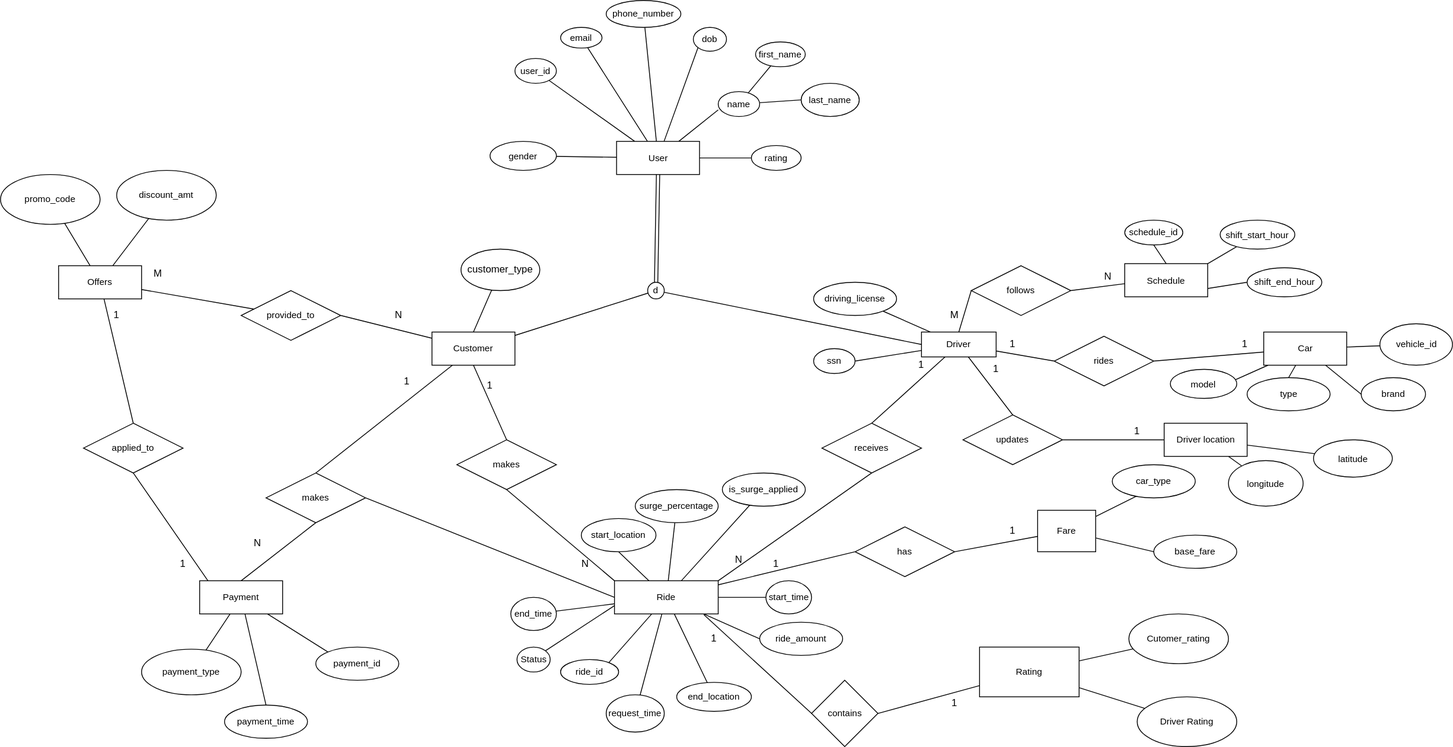
This is Uber backend.svg from NandhiniPeriyasamy13/Uber-backend-database-design, a draw.io export, as it was before one commit. Source tidied: cells renumbered, new cells last; positions are measured from the earlier drawing's top-left corner, leaving out a move shared by most shapes.
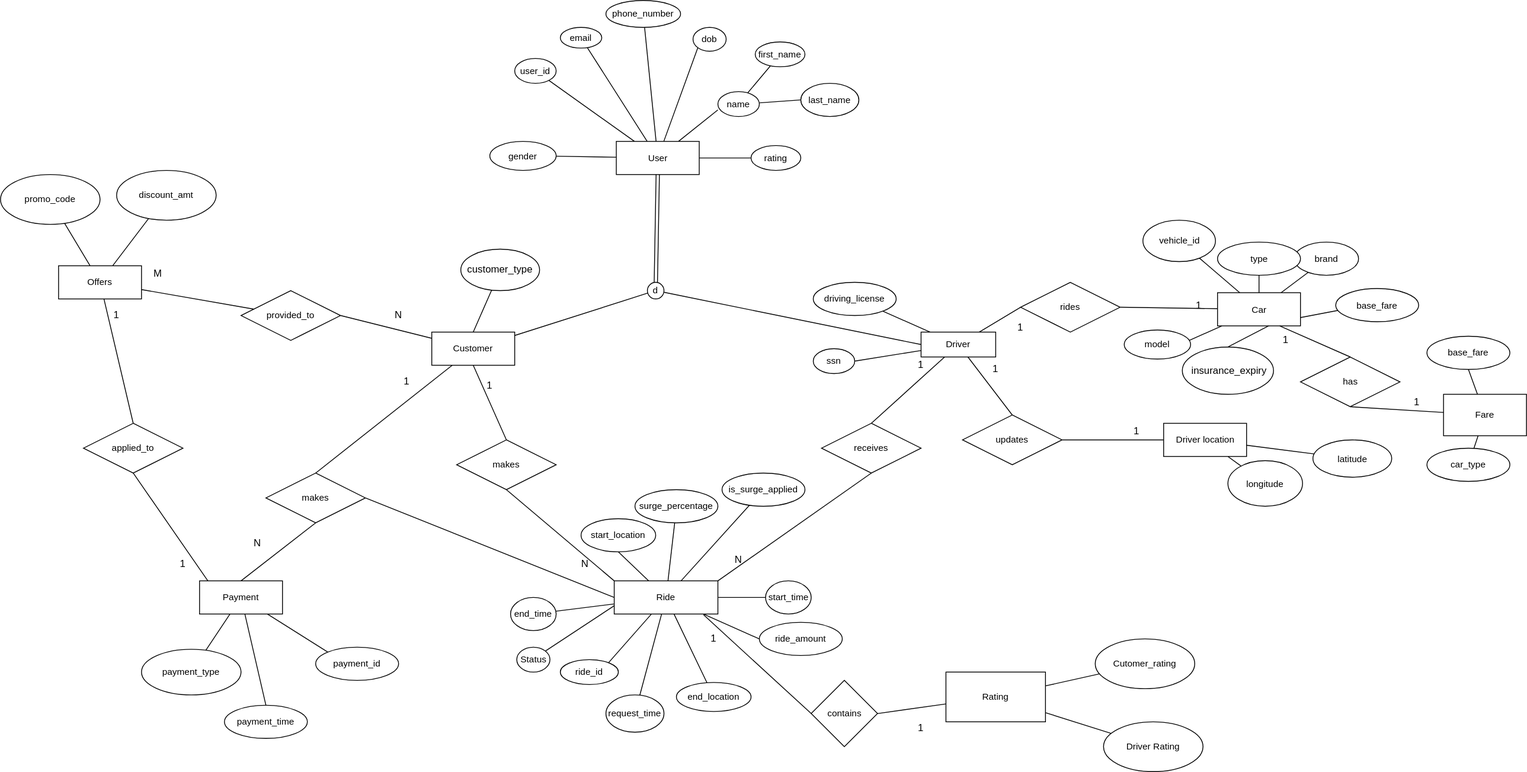
Later version of the same file.

Diff of the diagram source:
```diff
@@ -50,9 +50,6 @@
     <mxCell id="17" style="rounded=0;jettySize=auto;html=1;endFill=0;endArrow=none;startFill=0;" parent="1" edge="1" source="19" target="90">
       <mxGeometry relative="1" as="geometry" />
     </mxCell>
-    <mxCell id="18" style="edgeStyle=none;rounded=0;jettySize=auto;html=1;exitX=0.5;exitY=0;exitDx=0;exitDy=0;entryX=0;entryY=0.5;entryDx=0;entryDy=0;endArrow=none;endFill=0;" parent="1" edge="1" source="19" target="138">
-      <mxGeometry relative="1" as="geometry" />
-    </mxCell>
     <mxCell id="19" value="Driver" style="whiteSpace=wrap;html=1;align=center;rounded=0;fontSize=11;labelBackgroundColor=#ffffff;endFill=0;startFill=0;" parent="1" vertex="1">
       <mxGeometry x="1110" y="400" width="90" height="30" as="geometry" />
     </mxCell>
@@ -90,9 +87,6 @@
     <mxCell id="29" style="rounded=0;jettySize=auto;html=1;endFill=0;endArrow=none;startFill=0;" parent="1" edge="1" source="32" target="101">
       <mxGeometry relative="1" as="geometry" />
     </mxCell>
-    <mxCell id="30" style="rounded=0;jettySize=auto;html=1;entryX=0;entryY=0.5;entryDx=0;entryDy=0;endFill=0;endArrow=none;startFill=0;" parent="1" edge="1" source="32" target="104">
-      <mxGeometry relative="1" as="geometry" />
-    </mxCell>
     <mxCell id="31" style="rounded=0;jettySize=auto;html=1;entryX=0;entryY=0.5;entryDx=0;entryDy=0;endFill=0;endArrow=none;startFill=0;" parent="1" edge="1" source="32" target="110">
       <mxGeometry relative="1" as="geometry" />
     </mxCell>
@@ -160,7 +154,7 @@
       <mxGeometry relative="1" as="geometry" />
     </mxCell>
     <mxCell id="53" value="rides" style="shape=rhombus;perimeter=rhombusPerimeter;whiteSpace=wrap;html=1;align=center;rounded=0;fontSize=11;labelBackgroundColor=#ffffff;endFill=0;startFill=0;" parent="1" vertex="1">
-      <mxGeometry x="1270" y="405" width="120" height="60" as="geometry" />
+      <mxGeometry x="1230" y="340" width="120" height="60" as="geometry" />
     </mxCell>
     <mxCell id="54" style="rounded=0;jettySize=auto;html=1;endFill=0;endArrow=none;startFill=0;" parent="1" edge="1" source="58" target="94">
       <mxGeometry relative="1" as="geometry" />
@@ -168,14 +162,20 @@
     <mxCell id="55" style="rounded=0;jettySize=auto;html=1;entryX=0.364;entryY=0.986;entryDx=0;entryDy=0;entryPerimeter=0;endFill=0;endArrow=none;startFill=0;" parent="1" edge="1" source="58" target="91">
       <mxGeometry relative="1" as="geometry" />
     </mxCell>
-    <mxCell id="56" style="rounded=0;jettySize=auto;html=1;entryX=0;entryY=0.5;entryDx=0;entryDy=0;endFill=0;endArrow=none;startFill=0;" parent="1" edge="1" source="58" target="92">
+    <mxCell id="56" style="rounded=0;jettySize=auto;html=1;endFill=0;endArrow=none;startFill=0;" parent="1" edge="1" source="58" target="92">
       <mxGeometry relative="1" as="geometry" />
     </mxCell>
     <mxCell id="57" style="rounded=0;jettySize=auto;html=1;entryX=0.5;entryY=0;entryDx=0;entryDy=0;endFill=0;endArrow=none;startFill=0;" parent="1" edge="1" source="58" target="93">
       <mxGeometry relative="1" as="geometry" />
     </mxCell>
+    <mxCell id="148" style="rounded=0;jettySize=auto;html=1;exitX=1;exitY=0.5;exitDx=0;exitDy=0;entryX=0;entryY=0.5;entryDx=0;entryDy=0;endArrow=none;endFill=0;" parent="1" edge="1" source="58" target="150">
+      <mxGeometry relative="1" as="geometry" />
+    </mxCell>
+    <mxCell id="149" style="edgeStyle=none;rounded=0;jettySize=auto;html=1;exitX=1;exitY=0.75;exitDx=0;exitDy=0;endArrow=none;endFill=0;entryX=0.1;entryY=0.625;entryDx=0;entryDy=0;entryPerimeter=0;" parent="1" edge="1" source="58" target="151">
+      <mxGeometry relative="1" as="geometry" />
+    </mxCell>
     <mxCell id="58" value="Car" style="whiteSpace=wrap;html=1;align=center;rounded=0;fontSize=11;labelBackgroundColor=#ffffff;endFill=0;startFill=0;" parent="1" vertex="1">
-      <mxGeometry x="1522.5" y="400" width="100" height="40" as="geometry" />
+      <mxGeometry x="1467.5" y="352.5" width="100" height="40" as="geometry" />
     </mxCell>
     <mxCell id="59" style="rounded=0;jettySize=auto;html=1;entryX=0;entryY=0.5;entryDx=0;entryDy=0;endFill=0;endArrow=none;startFill=0;exitX=1;exitY=0.5;exitDx=0;exitDy=0;" parent="1" edge="1" source="60" target="63">
       <mxGeometry relative="1" as="geometry" />
@@ -229,13 +229,13 @@
       <mxGeometry relative="1" as="geometry" />
     </mxCell>
     <mxCell id="76" value="Rating" style="whiteSpace=wrap;html=1;rounded=0;fontSize=11;labelBackgroundColor=#ffffff;endFill=0;startFill=0;" parent="1" vertex="1">
-      <mxGeometry x="1180" y="780" width="120" height="60" as="geometry" />
+      <mxGeometry x="1140" y="810" width="120" height="60" as="geometry" />
     </mxCell>
     <mxCell id="77" value="Cutomer_rating" style="ellipse;whiteSpace=wrap;html=1;rounded=0;fontSize=11;labelBackgroundColor=#ffffff;endFill=0;startFill=0;" parent="1" vertex="1">
-      <mxGeometry x="1360" y="740" width="120" height="60" as="geometry" />
+      <mxGeometry x="1320" y="770" width="120" height="60" as="geometry" />
     </mxCell>
     <mxCell id="78" value="Driver Rating" style="ellipse;whiteSpace=wrap;html=1;rounded=0;fontSize=11;labelBackgroundColor=#ffffff;endFill=0;startFill=0;" parent="1" vertex="1">
-      <mxGeometry x="1370" y="840" width="120" height="60" as="geometry" />
+      <mxGeometry x="1330" y="870" width="120" height="60" as="geometry" />
     </mxCell>
     <mxCell id="79" value="Status" style="ellipse;whiteSpace=wrap;html=1;align=center;rounded=0;fontSize=11;labelBackgroundColor=#ffffff;endFill=0;startFill=0;" parent="1" vertex="1">
       <mxGeometry x="622.5" y="780" width="40" height="30" as="geometry" />
@@ -276,16 +276,16 @@
       <mxGeometry x="980" y="340" width="100" height="40" as="geometry" />
     </mxCell>
     <mxCell id="91" value="model" style="ellipse;whiteSpace=wrap;html=1;rounded=0;fontSize=11;labelBackgroundColor=#ffffff;endFill=0;startFill=0;" parent="1" vertex="1">
-      <mxGeometry x="1410" y="445" width="80" height="35" as="geometry" />
+      <mxGeometry x="1355" y="397.5" width="80" height="35" as="geometry" />
     </mxCell>
     <mxCell id="92" value="brand" style="ellipse;whiteSpace=wrap;html=1;rounded=0;fontSize=11;labelBackgroundColor=#ffffff;endFill=0;startFill=0;" parent="1" vertex="1">
-      <mxGeometry x="1640" y="455" width="77.5" height="40" as="geometry" />
+      <mxGeometry x="1560" y="291.5" width="77.5" height="40" as="geometry" />
     </mxCell>
     <mxCell id="93" value="type" style="ellipse;whiteSpace=wrap;html=1;rounded=0;fontSize=11;labelBackgroundColor=#ffffff;endFill=0;startFill=0;" parent="1" vertex="1">
-      <mxGeometry x="1502.5" y="455" width="100" height="40" as="geometry" />
+      <mxGeometry x="1467.5" y="291.5" width="100" height="40" as="geometry" />
     </mxCell>
     <mxCell id="94" value="vehicle_id" style="ellipse;whiteSpace=wrap;html=1;align=center;rounded=0;fontSize=11;labelBackgroundColor=#ffffff;endFill=0;startFill=0;" parent="1" vertex="1">
-      <mxGeometry x="1662.5" y="390" width="87.5" height="50" as="geometry" />
+      <mxGeometry x="1377.5" y="265" width="87.5" height="50" as="geometry" />
     </mxCell>
     <mxCell id="95" value="start_location" style="ellipse;whiteSpace=wrap;html=1;align=center;rounded=0;fontSize=11;labelBackgroundColor=#ffffff;endFill=0;startFill=0;" parent="1" vertex="1">
       <mxGeometry x="700" y="625" width="90" height="40" as="geometry" />
@@ -311,26 +311,26 @@
     <mxCell id="102" value="surge_percentage" style="ellipse;whiteSpace=wrap;html=1;align=center;rounded=0;fontSize=11;labelBackgroundColor=#ffffff;endFill=0;startFill=0;" parent="1" vertex="1">
       <mxGeometry x="765" y="590" width="100" height="40" as="geometry" />
     </mxCell>
-    <mxCell id="103" style="rounded=0;jettySize=auto;html=1;endFill=0;endArrow=none;startFill=0;exitX=1;exitY=0.5;exitDx=0;exitDy=0;" parent="1" edge="1" source="104" target="107">
+    <mxCell id="103" style="rounded=0;jettySize=auto;html=1;endFill=0;endArrow=none;startFill=0;exitX=0.5;exitY=1;exitDx=0;exitDy=0;" parent="1" edge="1" source="104" target="107">
       <mxGeometry relative="1" as="geometry" />
     </mxCell>
     <mxCell id="104" value="has" style="shape=rhombus;perimeter=rhombusPerimeter;whiteSpace=wrap;html=1;align=center;rounded=0;fontSize=11;labelBackgroundColor=#ffffff;endFill=0;startFill=0;" parent="1" vertex="1">
-      <mxGeometry x="1030" y="635" width="120" height="60" as="geometry" />
+      <mxGeometry x="1567.5" y="430" width="120" height="60" as="geometry" />
     </mxCell>
-    <mxCell id="105" style="rounded=0;jettySize=auto;html=1;entryX=0;entryY=0.5;entryDx=0;entryDy=0;endFill=0;endArrow=none;startFill=0;" parent="1" edge="1" source="107" target="109">
+    <mxCell id="105" style="rounded=0;jettySize=auto;html=1;entryX=0.5;entryY=1;entryDx=0;entryDy=0;endFill=0;endArrow=none;startFill=0;" parent="1" edge="1" source="107" target="109">
       <mxGeometry relative="1" as="geometry" />
     </mxCell>
-    <mxCell id="106" style="rounded=0;jettySize=auto;html=1;entryX=0.305;entryY=0.931;entryDx=0;entryDy=0;endFill=0;endArrow=none;startFill=0;entryPerimeter=0;" parent="1" edge="1" source="107" target="108">
+    <mxCell id="106" style="rounded=0;jettySize=auto;html=1;endFill=0;endArrow=none;startFill=0;" parent="1" edge="1" source="107" target="108">
       <mxGeometry relative="1" as="geometry" />
     </mxCell>
     <mxCell id="107" value="Fare" style="whiteSpace=wrap;html=1;rounded=0;fontSize=11;labelBackgroundColor=#ffffff;endFill=0;startFill=0;" parent="1" vertex="1">
-      <mxGeometry x="1250" y="615" width="70" height="50" as="geometry" />
+      <mxGeometry x="1740" y="475" width="100" height="50" as="geometry" />
     </mxCell>
     <mxCell id="108" value="car_type" style="ellipse;whiteSpace=wrap;html=1;align=center;rounded=0;fontSize=11;labelBackgroundColor=#ffffff;endFill=0;startFill=0;" parent="1" vertex="1">
-      <mxGeometry x="1340" y="560" width="100" height="40" as="geometry" />
+      <mxGeometry x="1720" y="540" width="100" height="40" as="geometry" />
     </mxCell>
     <mxCell id="109" value="base_fare" style="ellipse;whiteSpace=wrap;html=1;align=center;rounded=0;fontSize=11;labelBackgroundColor=#ffffff;endFill=0;startFill=0;" parent="1" vertex="1">
-      <mxGeometry x="1390" y="645" width="100" height="40" as="geometry" />
+      <mxGeometry x="1720" y="405" width="100" height="40" as="geometry" />
     </mxCell>
     <mxCell id="110" value="ride_amount" style="ellipse;whiteSpace=wrap;html=1;align=center;rounded=0;fontSize=11;labelBackgroundColor=#ffffff;endFill=0;startFill=0;" parent="1" vertex="1">
       <mxGeometry x="915" y="750" width="100" height="40" as="geometry" />
@@ -361,17 +361,14 @@
     <mxCell id="118" value="1" style="text;html=1;strokeColor=none;fillColor=none;align=center;verticalAlign=middle;whiteSpace=wrap;rounded=0;" parent="1" vertex="1">
       <mxGeometry x="1090" y="430" width="40" height="20" as="geometry" />
     </mxCell>
-    <mxCell id="119" value="1" style="text;html=1;strokeColor=none;fillColor=none;align=center;verticalAlign=middle;whiteSpace=wrap;rounded=0;" parent="1" vertex="1">
-      <mxGeometry x="915" y="670" width="40" height="20" as="geometry" />
-    </mxCell>
     <mxCell id="120" value="1" style="text;html=1;strokeColor=none;fillColor=none;align=center;verticalAlign=middle;whiteSpace=wrap;rounded=0;" parent="1" vertex="1">
-      <mxGeometry x="1200" y="630" width="40" height="20" as="geometry" />
+      <mxGeometry x="1687.5" y="475" width="40" height="20" as="geometry" />
     </mxCell>
     <mxCell id="121" value="1" style="text;html=1;strokeColor=none;fillColor=none;align=center;verticalAlign=middle;whiteSpace=wrap;rounded=0;" parent="1" vertex="1">
       <mxGeometry x="840" y="760" width="40" height="20" as="geometry" />
     </mxCell>
     <mxCell id="122" value="1" style="text;html=1;strokeColor=none;fillColor=none;align=center;verticalAlign=middle;whiteSpace=wrap;rounded=0;" parent="1" vertex="1">
-      <mxGeometry x="1130" y="837.5" width="40" height="20" as="geometry" />
+      <mxGeometry x="1090" y="867.5" width="40" height="20" as="geometry" />
     </mxCell>
     <mxCell id="123" value="1" style="text;html=1;strokeColor=none;fillColor=none;align=center;verticalAlign=middle;whiteSpace=wrap;rounded=0;" parent="1" vertex="1">
       <mxGeometry x="1180" y="435" width="40" height="20" as="geometry" />
@@ -380,10 +377,10 @@
       <mxGeometry x="1350" y="510" width="40" height="20" as="geometry" />
     </mxCell>
     <mxCell id="125" value="1" style="text;html=1;strokeColor=none;fillColor=none;align=center;verticalAlign=middle;whiteSpace=wrap;rounded=0;" parent="1" vertex="1">
-      <mxGeometry x="1200" y="405" width="40" height="20" as="geometry" />
+      <mxGeometry x="1210" y="385" width="40" height="20" as="geometry" />
     </mxCell>
     <mxCell id="126" value="1" style="text;html=1;strokeColor=none;fillColor=none;align=center;verticalAlign=middle;whiteSpace=wrap;rounded=0;" parent="1" vertex="1">
-      <mxGeometry x="1480" y="405" width="40" height="20" as="geometry" />
+      <mxGeometry x="1425" y="357.5" width="40" height="20" as="geometry" />
     </mxCell>
     <mxCell id="127" value="M" style="text;html=1;strokeColor=none;fillColor=none;align=center;verticalAlign=middle;whiteSpace=wrap;rounded=0;" parent="1" vertex="1">
       <mxGeometry x="170" y="320" width="40" height="20" as="geometry" />
@@ -415,38 +412,17 @@
     <mxCell id="136" value="N" style="text;html=1;strokeColor=none;fillColor=none;align=center;verticalAlign=middle;whiteSpace=wrap;rounded=0;" parent="1" vertex="1">
       <mxGeometry x="460" y="370" width="40" height="20" as="geometry" />
     </mxCell>
-    <mxCell id="137" style="edgeStyle=none;rounded=0;jettySize=auto;html=1;exitX=1;exitY=0.5;exitDx=0;exitDy=0;endArrow=none;endFill=0;entryX=0.015;entryY=0.599;entryDx=0;entryDy=0;entryPerimeter=0;" parent="1" edge="1" source="138" target="142">
-      <mxGeometry relative="1" as="geometry" />
-    </mxCell>
-    <mxCell id="138" value="follows" style="shape=rhombus;perimeter=rhombusPerimeter;whiteSpace=wrap;html=1;align=center;rounded=0;fontSize=11;labelBackgroundColor=#ffffff;endFill=0;startFill=0;" parent="1" vertex="1">
-      <mxGeometry x="1170" y="320" width="120" height="60" as="geometry" />
-    </mxCell>
-    <mxCell id="139" style="edgeStyle=none;rounded=0;jettySize=auto;html=1;exitX=0.5;exitY=0;exitDx=0;exitDy=0;entryX=0.5;entryY=1;entryDx=0;entryDy=0;endArrow=none;endFill=0;" parent="1" edge="1" source="142" target="143">
-      <mxGeometry relative="1" as="geometry" />
-    </mxCell>
-    <mxCell id="140" style="edgeStyle=none;rounded=0;jettySize=auto;html=1;exitX=1;exitY=0;exitDx=0;exitDy=0;endArrow=none;endFill=0;" parent="1" edge="1" source="142" target="144">
-      <mxGeometry relative="1" as="geometry" />
-    </mxCell>
-    <mxCell id="141" style="edgeStyle=none;rounded=0;jettySize=auto;html=1;exitX=1;exitY=0.75;exitDx=0;exitDy=0;entryX=0;entryY=0.5;entryDx=0;entryDy=0;endArrow=none;endFill=0;" parent="1" edge="1" source="142" target="145">
-      <mxGeometry relative="1" as="geometry" />
-    </mxCell>
-    <mxCell id="142" value="Schedule" style="whiteSpace=wrap;html=1;align=center;rounded=0;fontSize=11;labelBackgroundColor=#ffffff;endFill=0;startFill=0;" parent="1" vertex="1">
-      <mxGeometry x="1355" y="317.5" width="100" height="40" as="geometry" />
-    </mxCell>
-    <mxCell id="143" value="schedule_id" style="ellipse;whiteSpace=wrap;html=1;align=center;rounded=0;fontSize=11;labelBackgroundColor=#ffffff;endFill=0;startFill=0;" parent="1" vertex="1">
-      <mxGeometry x="1355" y="265" width="70" height="30" as="geometry" />
-    </mxCell>
-    <mxCell id="144" value="shift_start_hour" style="ellipse;whiteSpace=wrap;html=1;align=center;rounded=0;fontSize=11;labelBackgroundColor=#ffffff;endFill=0;startFill=0;" parent="1" vertex="1">
-      <mxGeometry x="1470" y="265" width="90" height="35" as="geometry" />
-    </mxCell>
-    <mxCell id="145" value="shift_end_hour" style="ellipse;whiteSpace=wrap;html=1;align=center;rounded=0;fontSize=11;labelBackgroundColor=#ffffff;endFill=0;startFill=0;" parent="1" vertex="1">
-      <mxGeometry x="1502.5" y="322.5" width="90" height="35" as="geometry" />
-    </mxCell>
-    <mxCell id="146" value="M" style="text;html=1;strokeColor=none;fillColor=none;align=center;verticalAlign=middle;whiteSpace=wrap;rounded=0;" parent="1" vertex="1">
-      <mxGeometry x="1130" y="370" width="40" height="20" as="geometry" />
-    </mxCell>
-    <mxCell id="147" value="N" style="text;html=1;strokeColor=none;fillColor=none;align=center;verticalAlign=middle;whiteSpace=wrap;rounded=0;" parent="1" vertex="1">
-      <mxGeometry x="1315" y="322.5" width="40" height="20" as="geometry" />
-    </mxCell>
+    <mxCell id="150" value="&lt;span style=&quot;font-size: 12px&quot;&gt;&amp;nbsp;insurance_expiry&lt;/span&gt;" style="ellipse;whiteSpace=wrap;html=1;" parent="1" vertex="1">
+      <mxGeometry x="1425" y="418" width="110" height="57" as="geometry" />
+    </mxCell>
+    <mxCell id="151" value="base_fare" style="ellipse;whiteSpace=wrap;html=1;rounded=0;fontSize=11;labelBackgroundColor=#ffffff;endFill=0;startFill=0;" parent="1" vertex="1">
+      <mxGeometry x="1610" y="347.5" width="100" height="40" as="geometry" />
+    </mxCell>
+    <mxCell id="152" style="endArrow=none;html=1;rounded=0;exitX=0.75;exitY=1;exitDx=0;exitDy=0;entryX=0.5;entryY=0;entryDx=0;entryDy=0;" parent="1" edge="1" source="58" target="104">
+      <mxGeometry relative="1" as="geometry" />
+    </mxCell>
+    <mxCell id="119" value="1" style="text;html=1;strokeColor=none;fillColor=none;align=center;verticalAlign=middle;whiteSpace=wrap;rounded=0;" parent="1" vertex="1">
+      <mxGeometry x="1530" y="400" width="40" height="20" as="geometry" />
+    </mxCell>
   </root>
 </mxGraphModel>
```
